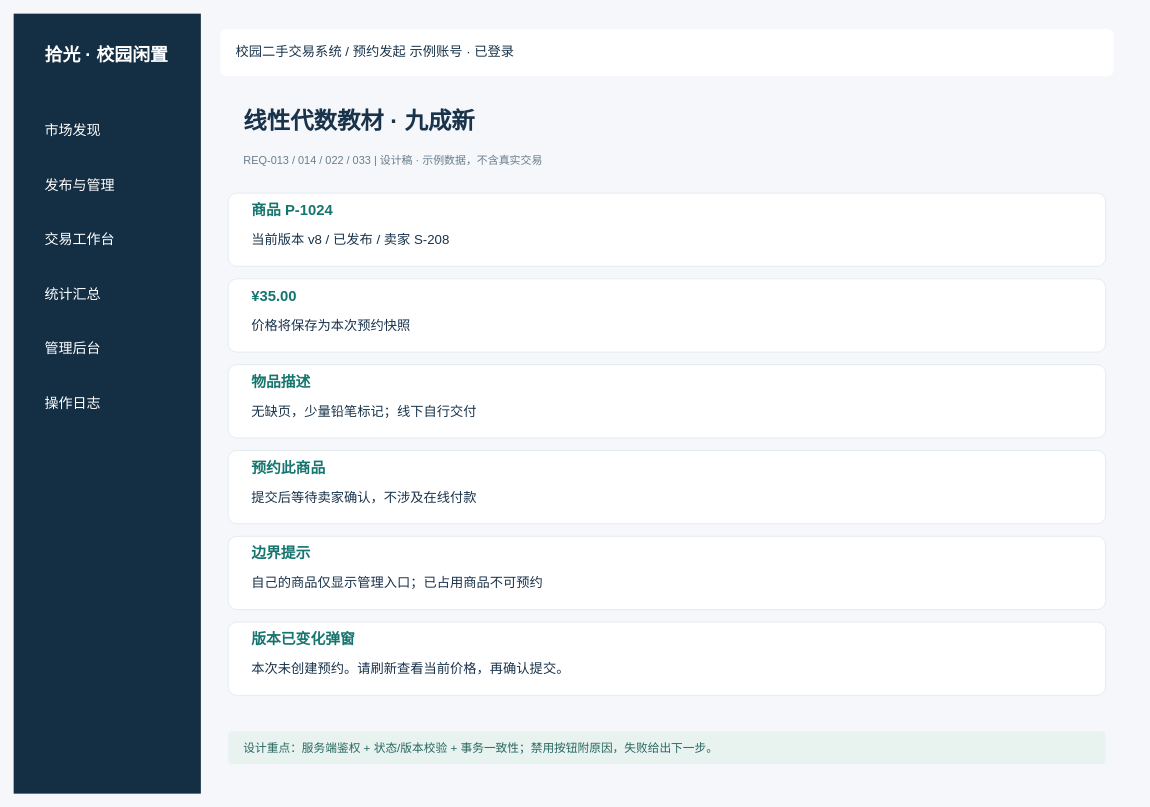
The draw.io diagram page "03_商品详情" (3 of 12) of UI界面/校园二手交易UI.drawio in AAAyuanweihua/software-engineering-lab1-requirements, before the edit. Source tidied: cells renumbered, new cells numbered last; positions are measured from the earlier drawing's top-left corner, leaving out a move shared by most shapes. Both pictures are drawn from the tidied source at 78%, with x=0, y=0 at pixel (13, 13).
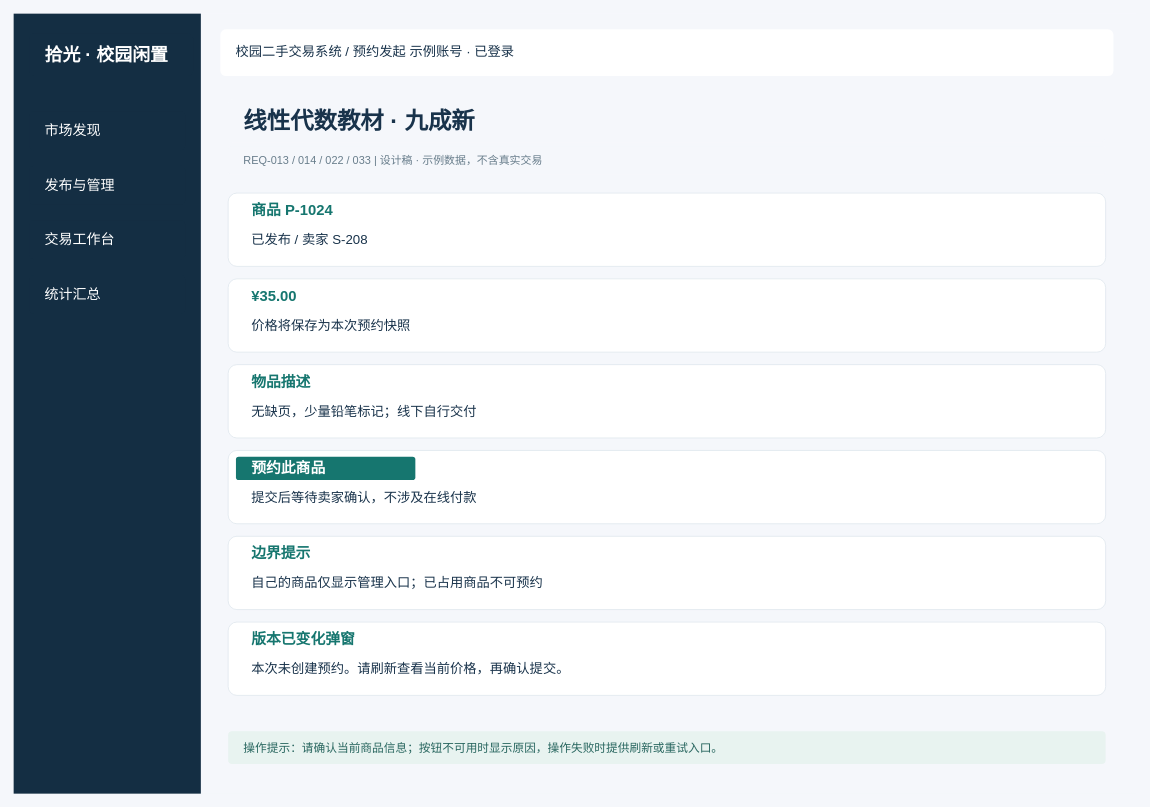
After the change.

The edit, as a diff of the source:
```diff
@@
-    <mxCell id="9" value="管理后台" style="rounded=1;whiteSpace=wrap;html=0;fillColor=#142E43;strokeColor=none;fontFamily=Microsoft YaHei;fontSize=18;fontColor=#FFFFFF;fontStyle=0;align=left;verticalAlign=middle;spacingLeft=18;spacingRight=15;arcSize=12;" parent="1" vertex="1">
-      <mxGeometry x="20" y="405" width="200" height="50" as="geometry" />
-    </mxCell>
-    <mxCell id="10" value="操作日志" style="rounded=1;whiteSpace=wrap;html=0;fillColor=#142E43;strokeColor=none;fontFamily=Microsoft YaHei;fontSize=18;fontColor=#FFFFFF;fontStyle=0;align=left;verticalAlign=middle;spacingLeft=18;spacingRight=15;arcSize=12;" parent="1" vertex="1">
-      <mxGeometry x="20" y="475" width="200" height="50" as="geometry" />
-    </mxCell>
@@
-    <mxCell id="16" value="当前版本 v8 / 已发布 / 卖家 S-208" style="rounded=1;whiteSpace=wrap;html=0;fillColor=#FFFFFF;strokeColor=none;fontFamily=Microsoft YaHei;fontSize=17;fontColor=#19334B;fontStyle=0;align=left;verticalAlign=middle;spacingLeft=18;spacingRight=15;arcSize=12;" parent="1" vertex="1">
+    <mxCell id="16" value="已发布 / 卖家 S-208" style="rounded=1;whiteSpace=wrap;html=0;fillColor=#FFFFFF;strokeColor=none;fontFamily=Microsoft YaHei;fontSize=17;fontColor=#19334B;fontStyle=0;align=left;verticalAlign=middle;spacingLeft=18;spacingRight=15;arcSize=12;" parent="1" vertex="1">
       <mxGeometry x="285" y="270" width="1080" height="42" as="geometry" />
     </mxCell>
@@
-    <mxCell id="24" value="预约此商品" style="rounded=1;whiteSpace=wrap;html=0;fillColor=#FFFFFF;strokeColor=none;fontFamily=Microsoft YaHei;fontSize=19;fontColor=#16766F;fontStyle=1;align=left;verticalAlign=middle;spacingLeft=18;spacingRight=15;arcSize=12;" parent="1" vertex="1">
-      <mxGeometry x="285" y="568" width="1080" height="30" as="geometry" />
+    <mxCell id="24" value="预约此商品" style="rounded=1;whiteSpace=wrap;html=0;fillColor=#16766F;strokeColor=none;fontFamily=Microsoft YaHei;fontSize=19;fontColor=#FFFFFF;fontStyle=1;align=left;verticalAlign=middle;spacingLeft=18;spacingRight=15;arcSize=12;" parent="1" vertex="1">
+      <mxGeometry x="285" y="568" width="230" height="30" as="geometry" />
     </mxCell>
@@
-    <mxCell id="32" value="设计重点：服务端鉴权 + 状态/版本校验 + 事务一致性；禁用按钮附原因，失败给出下一步。" style="rounded=1;whiteSpace=wrap;html=0;fillColor=#E8F3F0;strokeColor=none;fontFamily=Microsoft YaHei;fontSize=15;fontColor=#28665F;fontStyle=0;align=left;verticalAlign=middle;spacingLeft=18;spacingRight=15;arcSize=12;" parent="1" vertex="1">
+    <mxCell id="32" value="操作提示：请确认当前商品信息；按钮不可用时显示原因，操作失败时提供刷新或重试入口。" style="rounded=1;whiteSpace=wrap;html=0;fillColor=#E8F3F0;strokeColor=none;fontFamily=Microsoft YaHei;fontSize=15;fontColor=#28665F;fontStyle=0;align=left;verticalAlign=middle;spacingLeft=18;spacingRight=15;arcSize=12;" parent="1" vertex="1">
       <mxGeometry x="275" y="920" width="1125" height="42" as="geometry" />
     </mxCell>
```
